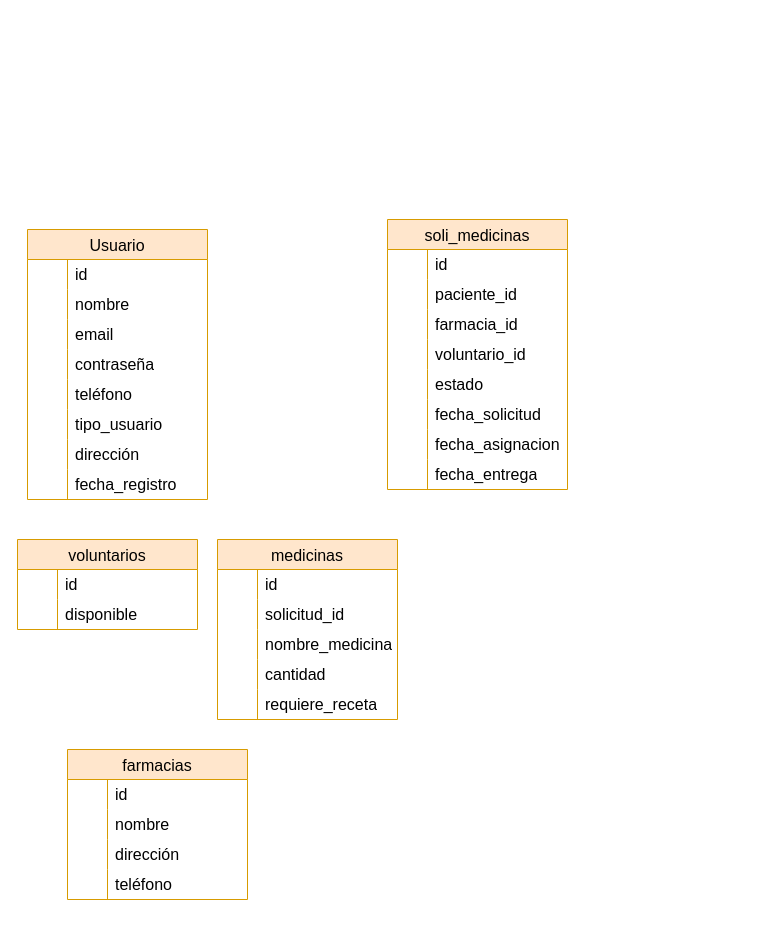
Above: VolunMed.drawio in Adrian-Abril/GS2_Reto2EV (draw.io), before the change. Source tidied: cells renumbered, new cells numbered last; positions are measured from the earlier drawing's top-left corner, leaving out a move shared by most shapes. Both pictures are drawn from the tidied source at 100%, with x=0, y=0 at pixel (17, 219).
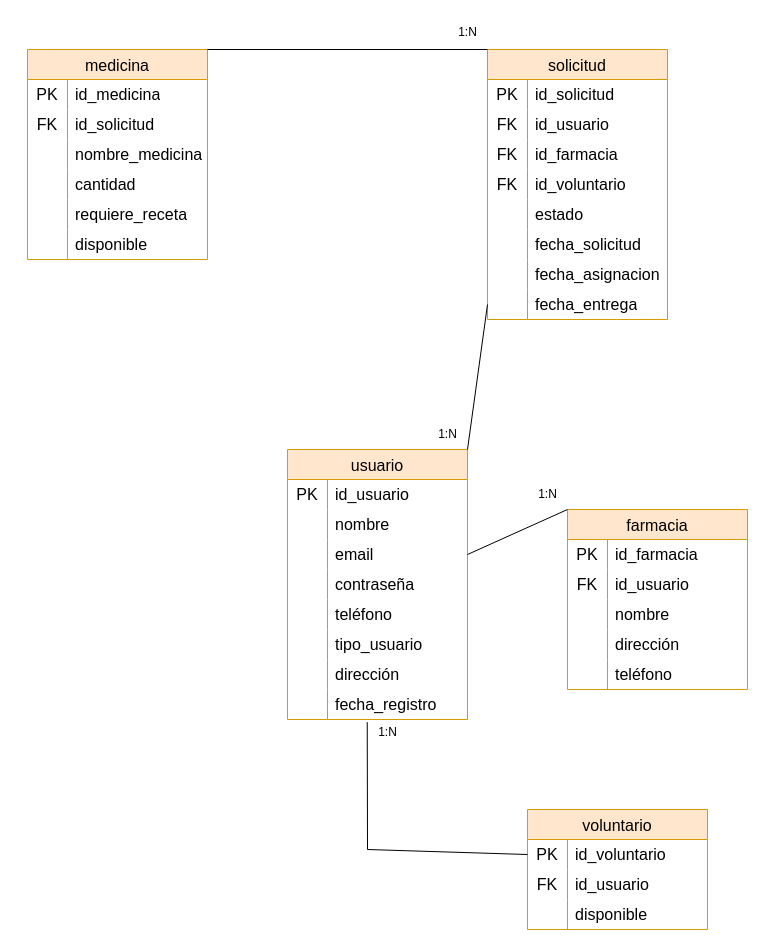
The same page after the edit.

The change refers to these unchanged cells:
```xml
<mxCell id="3" style="shape=tableRow;horizontal=0;startSize=0;swimlaneHead=0;swimlaneBody=0;top=0;left=0;bottom=0;right=0;fillColor=none;strokeColor=inherit;fontSize=16;" parent="2" vertex="1">
  <mxGeometry y="30" width="180" height="30" as="geometry" />
</mxCell>
<mxCell id="9" style="shape=tableRow;horizontal=0;startSize=0;swimlaneHead=0;swimlaneBody=0;top=0;left=0;bottom=0;right=0;fillColor=none;points=[[0,0.5],[1,0.5]];portConstraint=eastwest;strokeColor=inherit;fontSize=16;" parent="2" vertex="1">
  <mxGeometry y="90" width="180" height="30" as="geometry" />
</mxCell>
<mxCell id="24" style="shape=tableRow;horizontal=0;startSize=0;swimlaneHead=0;swimlaneBody=0;top=0;left=0;bottom=0;right=0;fillColor=none;points=[[0,0.5],[1,0.5]];portConstraint=eastwest;strokeColor=inherit;fontSize=16;" parent="2" vertex="1">
  <mxGeometry y="240" width="180" height="30" as="geometry" />
</mxCell>
<mxCell id="28" style="shape=tableRow;horizontal=0;startSize=0;swimlaneHead=0;swimlaneBody=0;top=0;left=0;bottom=0;right=0;fillColor=none;strokeColor=inherit;fontSize=16;" parent="27" vertex="1">
  <mxGeometry y="30" width="180" height="30" as="geometry" />
</mxCell>
<mxCell id="31" style="shape=tableRow;horizontal=0;startSize=0;swimlaneHead=0;swimlaneBody=0;top=0;left=0;bottom=0;right=0;fillColor=none;strokeColor=inherit;fontSize=16;" parent="27" vertex="1">
  <mxGeometry y="60" width="180" height="30" as="geometry" />
</mxCell>
<mxCell id="34" style="shape=tableRow;horizontal=0;startSize=0;swimlaneHead=0;swimlaneBody=0;top=0;left=0;bottom=0;right=0;fillColor=none;strokeColor=inherit;fontSize=16;" parent="27" vertex="1">
  <mxGeometry y="90" width="180" height="30" as="geometry" />
</mxCell>
<mxCell id="37" style="shape=tableRow;horizontal=0;startSize=0;swimlaneHead=0;swimlaneBody=0;top=0;left=0;bottom=0;right=0;fillColor=none;strokeColor=inherit;fontSize=16;" parent="27" vertex="1">
  <mxGeometry y="120" width="180" height="30" as="geometry" />
</mxCell>
<mxCell id="49" style="shape=tableRow;horizontal=0;startSize=0;swimlaneHead=0;swimlaneBody=0;top=0;left=0;bottom=0;right=0;fillColor=none;points=[[0,0.5],[1,0.5]];portConstraint=eastwest;strokeColor=inherit;fontSize=16;" parent="27" vertex="1">
  <mxGeometry y="240" width="180" height="30" as="geometry" />
</mxCell>
<mxCell id="53" style="shape=tableRow;horizontal=0;startSize=0;swimlaneHead=0;swimlaneBody=0;top=0;left=0;bottom=0;right=0;fillColor=none;strokeColor=inherit;fontSize=16;" parent="52" vertex="1">
  <mxGeometry y="30" width="180" height="30" as="geometry" />
</mxCell>
<mxCell id="56" style="shape=tableRow;horizontal=0;startSize=0;swimlaneHead=0;swimlaneBody=0;top=0;left=0;bottom=0;right=0;fillColor=none;strokeColor=inherit;fontSize=16;" parent="52" vertex="1">
  <mxGeometry y="60" width="180" height="30" as="geometry" />
</mxCell>
<mxCell id="69" style="shape=tableRow;horizontal=0;startSize=0;swimlaneHead=0;swimlaneBody=0;top=0;left=0;bottom=0;right=0;fillColor=none;points=[[0,0.5],[1,0.5]];portConstraint=eastwest;strokeColor=inherit;fontSize=16;" parent="68" vertex="1">
  <mxGeometry y="30" width="180" height="30" as="geometry" />
</mxCell>
<mxCell id="76" style="shape=tableRow;horizontal=0;startSize=0;swimlaneHead=0;swimlaneBody=0;top=0;left=0;bottom=0;right=0;fillColor=none;strokeColor=inherit;fontSize=16;" parent="75" vertex="1">
  <mxGeometry y="30" width="180" height="30" as="geometry" />
</mxCell>
```

Diff of the diagram source:
```diff
@@
-    <mxCell id="2" value="Usuario" style="shape=table;startSize=30;childLayout=tableLayout;rowLines=0;fontStyle=0;strokeColor=#d79b00;fontSize=16;fillColor=#ffe6cc;" parent="1" vertex="1">
-      <mxGeometry x="10" y="10" width="180" height="270" as="geometry" />
+    <mxCell id="2" value="usuario" style="shape=table;startSize=30;childLayout=tableLayout;rowLines=0;fontStyle=0;strokeColor=#d79b00;fontSize=16;fillColor=#ffe6cc;" parent="1" vertex="1">
+      <mxGeometry x="270" y="230" width="180" height="270" as="geometry" />
     </mxCell>
@@
-    <mxCell id="4" style="shape=partialRectangle;html=1;whiteSpace=wrap;fillColor=none;top=0;left=0;bottom=0;right=0;overflow=hidden;strokeColor=inherit;fontSize=16;" parent="3" vertex="1">
+    <mxCell id="4" value="PK" style="shape=partialRectangle;html=1;whiteSpace=wrap;fillColor=none;top=0;left=0;bottom=0;right=0;overflow=hidden;strokeColor=inherit;fontSize=16;" parent="3" vertex="1">
       <mxGeometry width="40" height="30" as="geometry" />
     </mxCell>
-    <mxCell id="5" value="id" style="shape=partialRectangle;html=1;whiteSpace=wrap;fillColor=none;top=0;left=0;bottom=0;right=0;align=left;spacingLeft=6;overflow=hidden;strokeColor=inherit;fontSize=16;" parent="3" vertex="1">
+    <mxCell id="5" value="id_usuario" style="shape=partialRectangle;html=1;whiteSpace=wrap;fillColor=none;top=0;left=0;bottom=0;right=0;align=left;spacingLeft=6;overflow=hidden;strokeColor=inherit;fontSize=16;" parent="3" vertex="1">
       <mxGeometry x="40" width="140" height="30" as="geometry" />
     </mxCell>
@@
-    <mxCell id="27" value="soli_medicinas" style="shape=table;startSize=30;childLayout=tableLayout;rowLines=0;fontStyle=0;strokeColor=#d79b00;fontSize=16;fillColor=#ffe6cc;" parent="1" vertex="1">
-      <mxGeometry x="370" width="180" height="270" as="geometry" />
+    <mxCell id="27" value="solicitud" style="shape=table;startSize=30;childLayout=tableLayout;rowLines=0;fontStyle=0;strokeColor=#d79b00;fontSize=16;fillColor=#ffe6cc;" parent="1" vertex="1">
+      <mxGeometry x="470" y="-170" width="180" height="270" as="geometry" />
     </mxCell>
@@
-    <mxCell id="29" style="shape=partialRectangle;html=1;whiteSpace=wrap;fillColor=none;top=0;left=0;bottom=0;right=0;overflow=hidden;strokeColor=inherit;fontSize=16;" parent="28" vertex="1">
+    <mxCell id="29" value="PK" style="shape=partialRectangle;html=1;whiteSpace=wrap;fillColor=none;top=0;left=0;bottom=0;right=0;overflow=hidden;strokeColor=inherit;fontSize=16;" parent="28" vertex="1">
       <mxGeometry width="40" height="30" as="geometry" />
     </mxCell>
-    <mxCell id="30" value="id" style="shape=partialRectangle;html=1;whiteSpace=wrap;fillColor=none;top=0;left=0;bottom=0;right=0;align=left;spacingLeft=6;overflow=hidden;strokeColor=inherit;fontSize=16;" parent="28" vertex="1">
+    <mxCell id="30" value="id_solicitud" style="shape=partialRectangle;html=1;whiteSpace=wrap;fillColor=none;top=0;left=0;bottom=0;right=0;align=left;spacingLeft=6;overflow=hidden;strokeColor=inherit;fontSize=16;" parent="28" vertex="1">
       <mxGeometry x="40" width="140" height="30" as="geometry" />
     </mxCell>
@@
-    <mxCell id="32" style="shape=partialRectangle;html=1;whiteSpace=wrap;fillColor=none;top=0;left=0;bottom=0;right=0;overflow=hidden;strokeColor=inherit;fontSize=16;" parent="31" vertex="1">
+    <mxCell id="32" value="FK" style="shape=partialRectangle;html=1;whiteSpace=wrap;fillColor=none;top=0;left=0;bottom=0;right=0;overflow=hidden;strokeColor=inherit;fontSize=16;" parent="31" vertex="1">
       <mxGeometry width="40" height="30" as="geometry" />
     </mxCell>
-    <mxCell id="33" value="paciente_id" style="shape=partialRectangle;html=1;whiteSpace=wrap;fillColor=none;top=0;left=0;bottom=0;right=0;align=left;spacingLeft=6;overflow=hidden;strokeColor=inherit;fontSize=16;" parent="31" vertex="1">
+    <mxCell id="33" value="id_usuario" style="shape=partialRectangle;html=1;whiteSpace=wrap;fillColor=none;top=0;left=0;bottom=0;right=0;align=left;spacingLeft=6;overflow=hidden;strokeColor=inherit;fontSize=16;" parent="31" vertex="1">
       <mxGeometry x="40" width="140" height="30" as="geometry" />
     </mxCell>
@@
-    <mxCell id="35" style="shape=partialRectangle;html=1;whiteSpace=wrap;fillColor=none;top=0;left=0;bottom=0;right=0;overflow=hidden;strokeColor=inherit;fontSize=16;" parent="34" vertex="1">
+    <mxCell id="35" value="FK" style="shape=partialRectangle;html=1;whiteSpace=wrap;fillColor=none;top=0;left=0;bottom=0;right=0;overflow=hidden;strokeColor=inherit;fontSize=16;" parent="34" vertex="1">
       <mxGeometry width="40" height="30" as="geometry" />
     </mxCell>
-    <mxCell id="36" value="farmacia_id" style="shape=partialRectangle;html=1;whiteSpace=wrap;fillColor=none;top=0;left=0;bottom=0;right=0;align=left;spacingLeft=6;overflow=hidden;strokeColor=inherit;fontSize=16;" parent="34" vertex="1">
+    <mxCell id="36" value="id_farmacia" style="shape=partialRectangle;html=1;whiteSpace=wrap;fillColor=none;top=0;left=0;bottom=0;right=0;align=left;spacingLeft=6;overflow=hidden;strokeColor=inherit;fontSize=16;" parent="34" vertex="1">
       <mxGeometry x="40" width="140" height="30" as="geometry" />
     </mxCell>
@@
-    <mxCell id="38" style="shape=partialRectangle;html=1;whiteSpace=wrap;fillColor=none;top=0;left=0;bottom=0;right=0;overflow=hidden;strokeColor=inherit;fontSize=16;" parent="37" vertex="1">
+    <mxCell id="38" value="FK" style="shape=partialRectangle;html=1;whiteSpace=wrap;fillColor=none;top=0;left=0;bottom=0;right=0;overflow=hidden;strokeColor=inherit;fontSize=16;" parent="37" vertex="1">
       <mxGeometry width="40" height="30" as="geometry" />
     </mxCell>
-    <mxCell id="39" value="voluntario_id" style="shape=partialRectangle;html=1;whiteSpace=wrap;fillColor=none;top=0;left=0;bottom=0;right=0;align=left;spacingLeft=6;overflow=hidden;strokeColor=inherit;fontSize=16;" parent="37" vertex="1">
+    <mxCell id="39" value="id_voluntario" style="shape=partialRectangle;html=1;whiteSpace=wrap;fillColor=none;top=0;left=0;bottom=0;right=0;align=left;spacingLeft=6;overflow=hidden;strokeColor=inherit;fontSize=16;" parent="37" vertex="1">
       <mxGeometry x="40" width="140" height="30" as="geometry" />
     </mxCell>
@@
-    <mxCell id="52" value="medicinas" style="shape=table;startSize=30;childLayout=tableLayout;rowLines=0;fontStyle=0;strokeColor=#d79b00;fontSize=16;fillColor=#ffe6cc;" parent="1" vertex="1">
-      <mxGeometry x="200" y="320" width="180" height="180" as="geometry" />
+    <mxCell id="52" value="medicina" style="shape=table;startSize=30;childLayout=tableLayout;rowLines=0;fontStyle=0;strokeColor=#d79b00;fontSize=16;fillColor=#ffe6cc;" parent="1" vertex="1">
+      <mxGeometry x="10" y="-170" width="180" height="210" as="geometry" />
     </mxCell>
@@
-    <mxCell id="54" style="shape=partialRectangle;html=1;whiteSpace=wrap;fillColor=none;top=0;left=0;bottom=0;right=0;overflow=hidden;strokeColor=inherit;fontSize=16;" parent="53" vertex="1">
+    <mxCell id="54" value="PK" style="shape=partialRectangle;html=1;whiteSpace=wrap;fillColor=none;top=0;left=0;bottom=0;right=0;overflow=hidden;strokeColor=inherit;fontSize=16;" parent="53" vertex="1">
       <mxGeometry width="40" height="30" as="geometry" />
     </mxCell>
-    <mxCell id="55" value="id" style="shape=partialRectangle;html=1;whiteSpace=wrap;fillColor=none;top=0;left=0;bottom=0;right=0;align=left;spacingLeft=6;overflow=hidden;strokeColor=inherit;fontSize=16;" parent="53" vertex="1">
+    <mxCell id="55" value="id_medicina" style="shape=partialRectangle;html=1;whiteSpace=wrap;fillColor=none;top=0;left=0;bottom=0;right=0;align=left;spacingLeft=6;overflow=hidden;strokeColor=inherit;fontSize=16;" parent="53" vertex="1">
       <mxGeometry x="40" width="140" height="30" as="geometry" />
     </mxCell>
@@
-    <mxCell id="57" style="shape=partialRectangle;html=1;whiteSpace=wrap;fillColor=none;top=0;left=0;bottom=0;right=0;overflow=hidden;strokeColor=inherit;fontSize=16;" parent="56" vertex="1">
+    <mxCell id="57" value="FK" style="shape=partialRectangle;html=1;whiteSpace=wrap;fillColor=none;top=0;left=0;bottom=0;right=0;overflow=hidden;strokeColor=inherit;fontSize=16;" parent="56" vertex="1">
       <mxGeometry width="40" height="30" as="geometry" />
     </mxCell>
-    <mxCell id="58" value="solicitud_id" style="shape=partialRectangle;html=1;whiteSpace=wrap;fillColor=none;top=0;left=0;bottom=0;right=0;align=left;spacingLeft=6;overflow=hidden;strokeColor=inherit;fontSize=16;" parent="56" vertex="1">
+    <mxCell id="58" value="id_solicitud" style="shape=partialRectangle;html=1;whiteSpace=wrap;fillColor=none;top=0;left=0;bottom=0;right=0;align=left;spacingLeft=6;overflow=hidden;strokeColor=inherit;fontSize=16;" parent="56" vertex="1">
       <mxGeometry x="40" width="140" height="30" as="geometry" />
     </mxCell>
@@
+    <mxCell id="88" style="shape=tableRow;horizontal=0;startSize=0;swimlaneHead=0;swimlaneBody=0;top=0;left=0;bottom=0;right=0;fillColor=none;strokeColor=inherit;fontSize=16;" parent="52" vertex="1">
+      <mxGeometry y="180" width="180" height="30" as="geometry" />
+    </mxCell>
+    <mxCell id="89" style="shape=partialRectangle;html=1;whiteSpace=wrap;fillColor=none;top=0;left=0;bottom=0;right=0;overflow=hidden;strokeColor=inherit;fontSize=16;" parent="88" vertex="1">
+      <mxGeometry width="40" height="30" as="geometry" />
+    </mxCell>
+    <mxCell id="90" value="disponible" style="shape=partialRectangle;html=1;whiteSpace=wrap;fillColor=none;top=0;left=0;bottom=0;right=0;align=left;spacingLeft=6;overflow=hidden;strokeColor=inherit;fontSize=16;" parent="88" vertex="1">
+      <mxGeometry x="40" width="140" height="30" as="geometry" />
+    </mxCell>
-    <mxCell id="68" value="voluntarios" style="shape=table;startSize=30;childLayout=tableLayout;rowLines=0;fontStyle=0;strokeColor=#d79b00;fontSize=16;fillColor=#ffe6cc;" parent="1" vertex="1">
-      <mxGeometry y="320" width="180" height="90" as="geometry" />
+    <mxCell id="68" value="voluntario" style="shape=table;startSize=30;childLayout=tableLayout;rowLines=0;fontStyle=0;strokeColor=#d79b00;fontSize=16;fillColor=#ffe6cc;" parent="1" vertex="1">
+      <mxGeometry x="510" y="590" width="180" height="120" as="geometry" />
     </mxCell>
@@
-    <mxCell id="70" style="shape=partialRectangle;html=1;whiteSpace=wrap;fillColor=none;top=0;left=0;bottom=0;right=0;overflow=hidden;strokeColor=inherit;fontSize=16;" parent="69" vertex="1">
+    <mxCell id="70" value="PK" style="shape=partialRectangle;html=1;whiteSpace=wrap;fillColor=none;top=0;left=0;bottom=0;right=0;overflow=hidden;strokeColor=inherit;fontSize=16;" parent="69" vertex="1">
       <mxGeometry width="40" height="30" as="geometry" />
     </mxCell>
-    <mxCell id="71" value="id" style="shape=partialRectangle;html=1;whiteSpace=wrap;fillColor=none;top=0;left=0;bottom=0;right=0;align=left;spacingLeft=6;overflow=hidden;strokeColor=inherit;fontSize=16;" parent="69" vertex="1">
+    <mxCell id="71" value="id_voluntario" style="shape=partialRectangle;html=1;whiteSpace=wrap;fillColor=none;top=0;left=0;bottom=0;right=0;align=left;spacingLeft=6;overflow=hidden;strokeColor=inherit;fontSize=16;" parent="69" vertex="1">
       <mxGeometry x="40" width="140" height="30" as="geometry" />
     </mxCell>
+    <mxCell id="91" style="shape=tableRow;horizontal=0;startSize=0;swimlaneHead=0;swimlaneBody=0;top=0;left=0;bottom=0;right=0;fillColor=none;strokeColor=inherit;fontSize=16;" parent="68" vertex="1">
+      <mxGeometry y="60" width="180" height="30" as="geometry" />
+    </mxCell>
+    <mxCell id="92" value="FK" style="shape=partialRectangle;html=1;whiteSpace=wrap;fillColor=none;top=0;left=0;bottom=0;right=0;overflow=hidden;strokeColor=inherit;fontSize=16;" parent="91" vertex="1">
+      <mxGeometry width="40" height="30" as="geometry" />
+    </mxCell>
+    <mxCell id="93" value="id_usuario" style="shape=partialRectangle;html=1;whiteSpace=wrap;fillColor=none;top=0;left=0;bottom=0;right=0;align=left;spacingLeft=6;overflow=hidden;strokeColor=inherit;fontSize=16;" parent="91" vertex="1">
+      <mxGeometry x="40" width="140" height="30" as="geometry" />
+    </mxCell>
     <mxCell id="72" style="shape=tableRow;horizontal=0;startSize=0;swimlaneHead=0;swimlaneBody=0;top=0;left=0;bottom=0;right=0;fillColor=none;strokeColor=inherit;fontSize=16;" parent="68" vertex="1">
-      <mxGeometry y="60" width="180" height="30" as="geometry" />
+      <mxGeometry y="90" width="180" height="30" as="geometry" />
     </mxCell>
@@
-    <mxCell id="75" value="farmacias" style="shape=table;startSize=30;childLayout=tableLayout;rowLines=0;fontStyle=0;strokeColor=#d79b00;fontSize=16;fillColor=#ffe6cc;" parent="1" vertex="1">
-      <mxGeometry x="50" y="530" width="180" height="150" as="geometry" />
+    <mxCell id="75" value="farmacia" style="shape=table;startSize=30;childLayout=tableLayout;rowLines=0;fontStyle=0;strokeColor=#d79b00;fontSize=16;fillColor=#ffe6cc;" parent="1" vertex="1">
+      <mxGeometry x="550" y="290" width="180" height="180" as="geometry" />
     </mxCell>
@@
-    <mxCell id="77" style="shape=partialRectangle;html=1;whiteSpace=wrap;fillColor=none;top=0;left=0;bottom=0;right=0;overflow=hidden;strokeColor=inherit;fontSize=16;" parent="76" vertex="1">
+    <mxCell id="77" value="PK" style="shape=partialRectangle;html=1;whiteSpace=wrap;fillColor=none;top=0;left=0;bottom=0;right=0;overflow=hidden;strokeColor=inherit;fontSize=16;" parent="76" vertex="1">
       <mxGeometry width="40" height="30" as="geometry" />
     </mxCell>
-    <mxCell id="78" value="id" style="shape=partialRectangle;html=1;whiteSpace=wrap;fillColor=none;top=0;left=0;bottom=0;right=0;align=left;spacingLeft=6;overflow=hidden;strokeColor=inherit;fontSize=16;" parent="76" vertex="1">
+    <mxCell id="78" value="id_farmacia" style="shape=partialRectangle;html=1;whiteSpace=wrap;fillColor=none;top=0;left=0;bottom=0;right=0;align=left;spacingLeft=6;overflow=hidden;strokeColor=inherit;fontSize=16;" parent="76" vertex="1">
       <mxGeometry x="40" width="140" height="30" as="geometry" />
     </mxCell>
+    <mxCell id="94" style="shape=tableRow;horizontal=0;startSize=0;swimlaneHead=0;swimlaneBody=0;top=0;left=0;bottom=0;right=0;fillColor=none;strokeColor=inherit;fontSize=16;" parent="75" vertex="1">
+      <mxGeometry y="60" width="180" height="30" as="geometry" />
+    </mxCell>
+    <mxCell id="95" value="FK" style="shape=partialRectangle;html=1;whiteSpace=wrap;fillColor=none;top=0;left=0;bottom=0;right=0;overflow=hidden;strokeColor=inherit;fontSize=16;" parent="94" vertex="1">
+      <mxGeometry width="40" height="30" as="geometry" />
+    </mxCell>
+    <mxCell id="96" value="id_usuario" style="shape=partialRectangle;html=1;whiteSpace=wrap;fillColor=none;top=0;left=0;bottom=0;right=0;align=left;spacingLeft=6;overflow=hidden;strokeColor=inherit;fontSize=16;" parent="94" vertex="1">
+      <mxGeometry x="40" width="140" height="30" as="geometry" />
+    </mxCell>
     <mxCell id="79" style="shape=tableRow;horizontal=0;startSize=0;swimlaneHead=0;swimlaneBody=0;top=0;left=0;bottom=0;right=0;fillColor=none;strokeColor=inherit;fontSize=16;" parent="75" vertex="1">
-      <mxGeometry y="60" width="180" height="30" as="geometry" />
+      <mxGeometry y="90" width="180" height="30" as="geometry" />
     </mxCell>
@@
     <mxCell id="82" style="shape=tableRow;horizontal=0;startSize=0;swimlaneHead=0;swimlaneBody=0;top=0;left=0;bottom=0;right=0;fillColor=none;strokeColor=inherit;fontSize=16;" parent="75" vertex="1">
-      <mxGeometry y="90" width="180" height="30" as="geometry" />
+      <mxGeometry y="120" width="180" height="30" as="geometry" />
     </mxCell>
@@
     <mxCell id="85" style="shape=tableRow;horizontal=0;startSize=0;swimlaneHead=0;swimlaneBody=0;top=0;left=0;bottom=0;right=0;fillColor=none;strokeColor=inherit;fontSize=16;" parent="75" vertex="1">
-      <mxGeometry y="120" width="180" height="30" as="geometry" />
+      <mxGeometry y="150" width="180" height="30" as="geometry" />
     </mxCell>
@@
+    <mxCell id="97" style="endArrow=none;html=1;rounded=0;entryX=0.443;entryY=1.088;entryDx=0;entryDy=0;entryPerimeter=0;exitX=0;exitY=0.5;exitDx=0;exitDy=0;" parent="1" edge="1" source="69" target="24">
+      <mxGeometry relative="1" as="geometry">
+        <Array as="points">
+          <mxPoint x="350" y="630" />
+        </Array>
+      </mxGeometry>
+    </mxCell>
+    <mxCell id="98" value="1:N" style="text;html=1;align=center;verticalAlign=middle;strokeColor=none;fillColor=none;" parent="1" vertex="1">
+      <mxGeometry x="350" y="498" width="40" height="30" as="geometry" />
+    </mxCell>
+    <mxCell id="99" style="endArrow=none;html=1;rounded=0;entryX=1;entryY=0.5;entryDx=0;entryDy=0;exitX=0;exitY=0;exitDx=0;exitDy=0;" parent="1" edge="1" source="75" target="9">
+      <mxGeometry relative="1" as="geometry" />
+    </mxCell>
+    <mxCell id="100" value="1:N" style="text;html=1;align=center;verticalAlign=middle;strokeColor=none;fillColor=none;" parent="1" vertex="1">
+      <mxGeometry x="510" y="260" width="40" height="30" as="geometry" />
+    </mxCell>
+    <mxCell id="101" style="endArrow=none;html=1;rounded=0;entryX=1;entryY=0;entryDx=0;entryDy=0;exitX=0;exitY=0.5;exitDx=0;exitDy=0;" parent="1" edge="1" source="49" target="2">
+      <mxGeometry relative="1" as="geometry" />
+    </mxCell>
+    <mxCell id="102" value="1:N" style="text;html=1;align=center;verticalAlign=middle;strokeColor=none;fillColor=none;" parent="1" vertex="1">
+      <mxGeometry x="410" y="200" width="40" height="30" as="geometry" />
+    </mxCell>
+    <mxCell id="103" style="endArrow=none;html=1;rounded=0;entryX=0;entryY=0;entryDx=0;entryDy=0;exitX=1;exitY=0;exitDx=0;exitDy=0;" parent="1" edge="1" source="52" target="27">
+      <mxGeometry relative="1" as="geometry" />
+    </mxCell>
+    <mxCell id="104" value="1:N" style="text;html=1;align=center;verticalAlign=middle;strokeColor=none;fillColor=none;" parent="1" vertex="1">
+      <mxGeometry x="430" y="-202" width="40" height="30" as="geometry" />
+    </mxCell>
```
